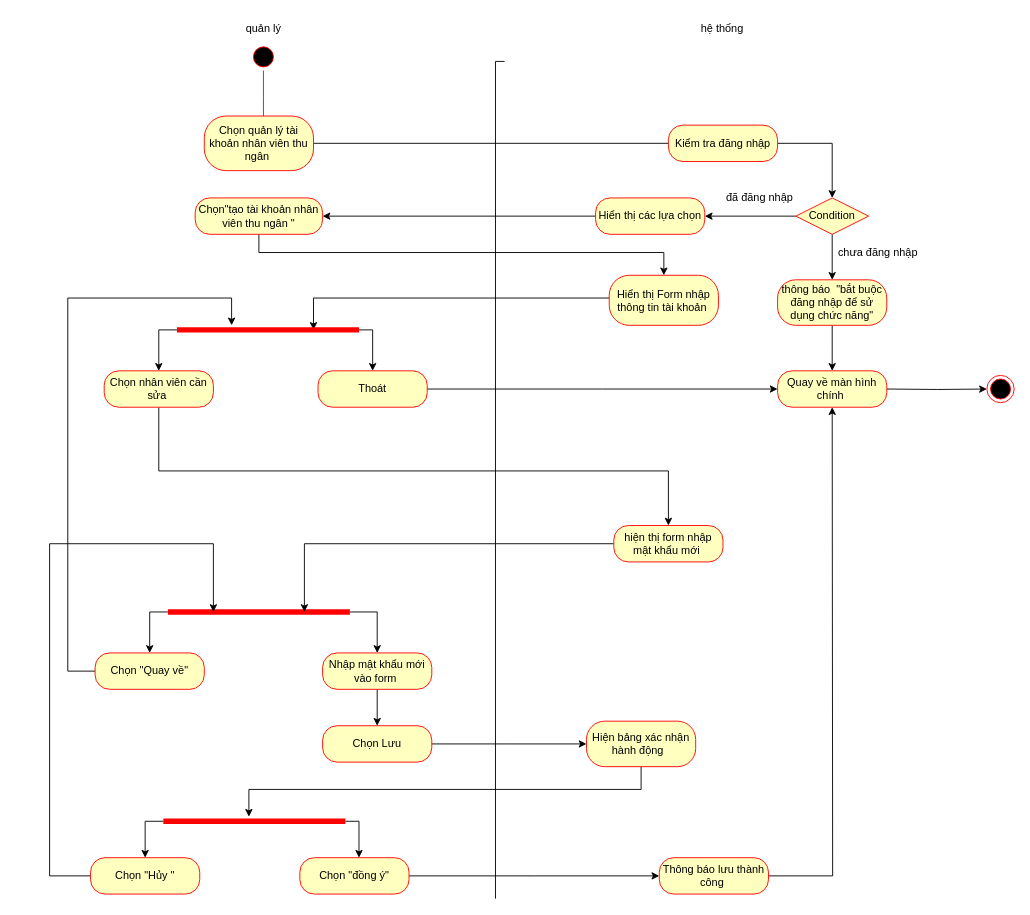
Earlier version of the draw.io diagram page "Page-11" (11 of 11) of Untitled Diagram.drawio (sonha1/aaaa). Source tidied: cells renumbered, new cells numbered last; positions are measured from the earlier drawing's top-left corner, leaving out a move shared by most shapes. Both pictures are drawn from the tidied source at 91%, with x=0, y=0 at pixel (49, 15).
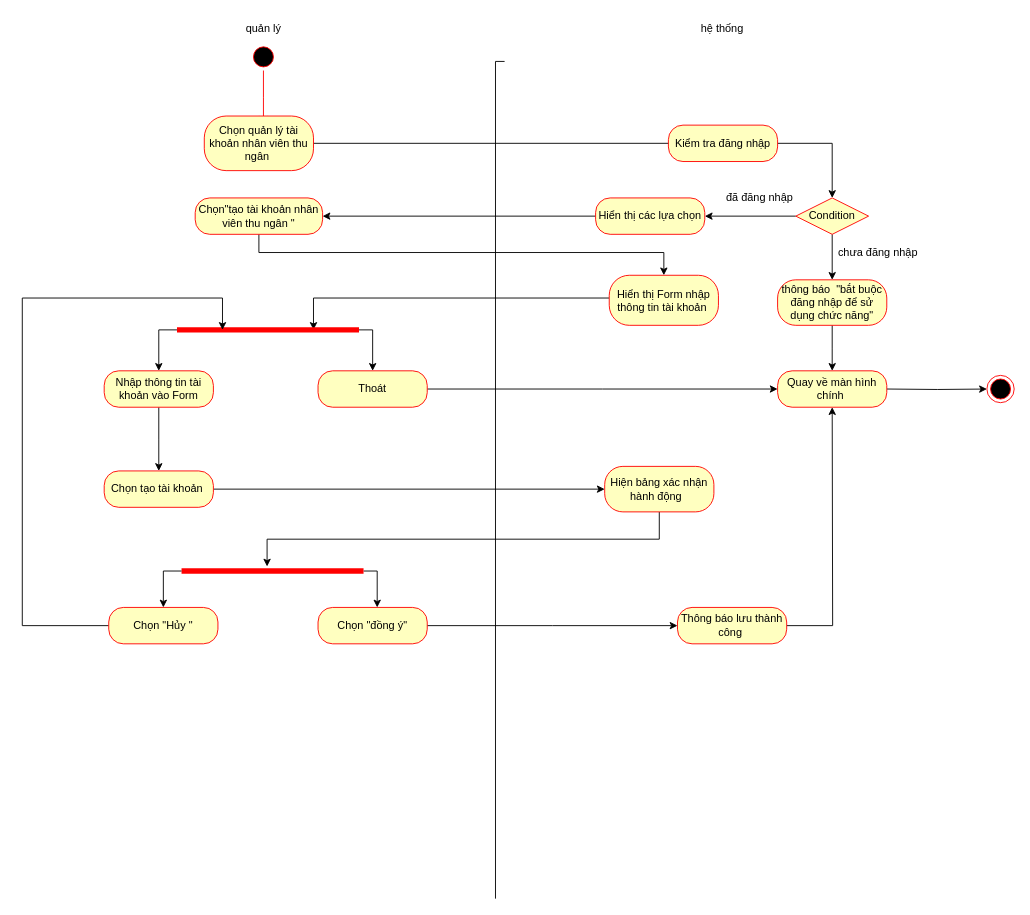
After the change.

The change refers to these unchanged cells:
```xml
<mxCell id="27" style="shape=line;html=1;strokeWidth=6;strokeColor=#ff0000;" parent="1" vertex="1">
  <mxGeometry x="140" y="340" width="200" height="10" as="geometry" />
</mxCell>
```

Change to the diagram source:
```diff
@@
-    <mxCell id="30" style="edgeStyle=orthogonalEdgeStyle;rounded=0;jettySize=auto;html=1;" parent="1" edge="1" source="31" target="41">
-      <mxGeometry relative="1" as="geometry">
-        <Array as="points">
-          <mxPoint x="120" y="500" />
-          <mxPoint x="680" y="500" />
-        </Array>
-      </mxGeometry>
-    </mxCell>
+    <mxCell id="56" style="edgeStyle=orthogonalEdgeStyle;rounded=0;jettySize=auto;html=1;" parent="1" edge="1" source="31">
+      <mxGeometry relative="1" as="geometry">
+        <mxPoint x="120" y="500" as="targetPoint" />
+      </mxGeometry>
+    </mxCell>
-    <mxCell id="31" value="Chọn nhân viên cần sửa&amp;nbsp;" style="rounded=1;whiteSpace=wrap;html=1;arcSize=40;fontColor=#000000;fillColor=#ffffc0;strokeColor=#ff0000;" parent="1" vertex="1">
+    <mxCell id="31" value="Nhập thông tin tài khoản vào Form" style="rounded=1;whiteSpace=wrap;html=1;arcSize=40;fontColor=#000000;fillColor=#ffffc0;strokeColor=#ff0000;" parent="1" vertex="1">
       <mxGeometry x="60" y="390" width="120" height="40" as="geometry" />
     </mxCell>
-    <mxCell id="32" style="edgeStyle=orthogonalEdgeStyle;rounded=0;jettySize=auto;html=1;entryX=0.5;entryY=0;entryDx=0;entryDy=0;" parent="1" edge="1" source="34" target="36">
-      <mxGeometry relative="1" as="geometry">
-        <Array as="points">
-          <mxPoint x="110" y="655" />
-        </Array>
-      </mxGeometry>
-    </mxCell>
-    <mxCell id="33" style="edgeStyle=orthogonalEdgeStyle;rounded=0;jettySize=auto;html=1;entryX=0.5;entryY=0;entryDx=0;entryDy=0;" parent="1" edge="1" source="34" target="38">
-      <mxGeometry relative="1" as="geometry">
-        <Array as="points">
-          <mxPoint x="360" y="655" />
-        </Array>
-      </mxGeometry>
-    </mxCell>
-    <mxCell id="34" style="shape=line;html=1;strokeWidth=6;strokeColor=#ff0000;" parent="1" vertex="1">
-      <mxGeometry x="130" y="650" width="200" height="10" as="geometry" />
-    </mxCell>
-    <mxCell id="35" style="edgeStyle=orthogonalEdgeStyle;rounded=0;jettySize=auto;html=1;" parent="1" edge="1" source="36" target="27">
-      <mxGeometry relative="1" as="geometry">
-        <Array as="points">
-          <mxPoint x="20" y="720" />
-          <mxPoint x="20" y="310" />
-          <mxPoint x="200" y="310" />
-        </Array>
-      </mxGeometry>
-    </mxCell>
-    <mxCell id="36" value="Chọn &quot;Quay về&quot;" style="rounded=1;whiteSpace=wrap;html=1;arcSize=40;fontColor=#000000;fillColor=#ffffc0;strokeColor=#ff0000;" parent="1" vertex="1">
-      <mxGeometry x="50" y="700" width="120" height="40" as="geometry" />
-    </mxCell>
-    <mxCell id="37" style="edgeStyle=orthogonalEdgeStyle;rounded=0;jettySize=auto;html=1;entryX=0.5;entryY=0;entryDx=0;entryDy=0;" parent="1" edge="1" source="38" target="43">
-      <mxGeometry relative="1" as="geometry" />
-    </mxCell>
-    <mxCell id="38" value="Nhập mật khẩu mới vào form&amp;nbsp;" style="rounded=1;whiteSpace=wrap;html=1;arcSize=40;fontColor=#000000;fillColor=#ffffc0;strokeColor=#ff0000;" parent="1" vertex="1">
-      <mxGeometry x="300" y="700" width="120" height="40" as="geometry" />
-    </mxCell>
@@
-    <mxCell id="40" style="edgeStyle=orthogonalEdgeStyle;rounded=0;jettySize=auto;html=1;entryX=0.75;entryY=0.5;entryDx=0;entryDy=0;entryPerimeter=0;" parent="1" edge="1" source="41" target="34">
-      <mxGeometry relative="1" as="geometry" />
-    </mxCell>
-    <mxCell id="41" value="hiện thị form nhập mật khẩu mới&amp;nbsp;" style="rounded=1;whiteSpace=wrap;html=1;arcSize=40;fontColor=#000000;fillColor=#ffffc0;strokeColor=#ff0000;" parent="1" vertex="1">
-      <mxGeometry x="620" y="560" width="120" height="40" as="geometry" />
-    </mxCell>
-    <mxCell id="42" style="edgeStyle=orthogonalEdgeStyle;rounded=0;jettySize=auto;html=1;" parent="1" edge="1" source="43">
-      <mxGeometry relative="1" as="geometry">
-        <mxPoint x="590" y="800" as="targetPoint" />
-      </mxGeometry>
-    </mxCell>
-    <mxCell id="43" value="Chọn Lưu" style="rounded=1;whiteSpace=wrap;html=1;arcSize=40;fontColor=#000000;fillColor=#ffffc0;strokeColor=#ff0000;" parent="1" vertex="1">
-      <mxGeometry x="300" y="780" width="120" height="40" as="geometry" />
-    </mxCell>
     <mxCell id="44" style="edgeStyle=orthogonalEdgeStyle;rounded=0;jettySize=auto;html=1;" parent="1" edge="1" source="45">
       <mxGeometry relative="1" as="geometry">
-        <mxPoint x="219" y="880" as="targetPoint" />
+        <mxPoint x="239" y="605" as="targetPoint" />
         <Array as="points">
-          <mxPoint x="650" y="850" />
-          <mxPoint x="219" y="850" />
+          <mxPoint x="670" y="575" />
+          <mxPoint x="239" y="575" />
         </Array>
       </mxGeometry>
     </mxCell>
     <mxCell id="45" value="Hiện bảng xác nhận hành động&amp;nbsp;&amp;nbsp;" style="rounded=1;whiteSpace=wrap;html=1;arcSize=40;fontColor=#000000;fillColor=#ffffc0;strokeColor=#ff0000;" parent="1" vertex="1">
-      <mxGeometry x="590" y="775" width="120" height="50" as="geometry" />
+      <mxGeometry x="610" y="495" width="120" height="50" as="geometry" />
     </mxCell>
     <mxCell id="46" style="edgeStyle=orthogonalEdgeStyle;rounded=0;jettySize=auto;html=1;" parent="1" edge="1" source="47">
       <mxGeometry relative="1" as="geometry">
-        <mxPoint x="670" y="945" as="targetPoint" />
+        <mxPoint x="690" y="670" as="targetPoint" />
       </mxGeometry>
     </mxCell>
     <mxCell id="47" value="Chọn &quot;đồng ý&quot;" style="rounded=1;whiteSpace=wrap;html=1;arcSize=40;fontColor=#000000;fillColor=#ffffc0;strokeColor=#ff0000;" parent="1" vertex="1">
-      <mxGeometry x="275" y="925" width="120" height="40" as="geometry" />
+      <mxGeometry x="295" y="650" width="120" height="40" as="geometry" />
     </mxCell>
-    <mxCell id="48" style="edgeStyle=orthogonalEdgeStyle;rounded=0;jettySize=auto;html=1;entryX=0.25;entryY=0.5;entryDx=0;entryDy=0;entryPerimeter=0;" parent="1" edge="1" source="49" target="34">
-      <mxGeometry relative="1" as="geometry">
-        <Array as="points">
-          <mxPoint y="945" />
-          <mxPoint y="580" />
-          <mxPoint x="180" y="580" />
-        </Array>
-      </mxGeometry>
-    </mxCell>
+    <mxCell id="57" style="edgeStyle=orthogonalEdgeStyle;rounded=0;jettySize=auto;html=1;entryX=0.25;entryY=0.5;entryDx=0;entryDy=0;entryPerimeter=0;" parent="1" edge="1" source="49" target="27">
+      <mxGeometry relative="1" as="geometry">
+        <Array as="points">
+          <mxPoint x="-30" y="670" />
+          <mxPoint x="-30" y="310" />
+          <mxPoint x="190" y="310" />
+        </Array>
+      </mxGeometry>
+    </mxCell>
     <mxCell id="49" value="Chọn &quot;Hủy &quot;" style="rounded=1;whiteSpace=wrap;html=1;arcSize=40;fontColor=#000000;fillColor=#ffffc0;strokeColor=#ff0000;" parent="1" vertex="1">
-      <mxGeometry x="45" y="925" width="120" height="40" as="geometry" />
+      <mxGeometry x="65" y="650" width="120" height="40" as="geometry" />
     </mxCell>
     <mxCell id="50" style="edgeStyle=orthogonalEdgeStyle;rounded=0;jettySize=auto;html=1;" parent="1" edge="1" source="51" target="47">
       <mxGeometry relative="1" as="geometry">
         <Array as="points">
-          <mxPoint x="340" y="885" />
+          <mxPoint x="360" y="610" />
         </Array>
       </mxGeometry>
     </mxCell>
     <mxCell id="51" style="shape=line;html=1;strokeWidth=6;strokeColor=#ff0000;direction=west;" parent="1" vertex="1">
-      <mxGeometry x="125" y="880" width="200" height="10" as="geometry" />
+      <mxGeometry x="145" y="605" width="200" height="10" as="geometry" />
     </mxCell>
     <mxCell id="52" style="edgeStyle=orthogonalEdgeStyle;rounded=0;jettySize=auto;html=1;entryX=0.5;entryY=0;entryDx=0;entryDy=0;" parent="1" edge="1" source="51" target="49">
       <mxGeometry relative="1" as="geometry">
         <Array as="points">
-          <mxPoint x="105" y="885" />
+          <mxPoint x="125" y="610" />
         </Array>
       </mxGeometry>
     </mxCell>
@@
     <mxCell id="54" value="Thông báo lưu thành công&amp;nbsp;" style="rounded=1;whiteSpace=wrap;html=1;arcSize=40;fontColor=#000000;fillColor=#ffffc0;strokeColor=#ff0000;" parent="1" vertex="1">
-      <mxGeometry x="670" y="925" width="120" height="40" as="geometry" />
+      <mxGeometry x="690" y="650" width="120" height="40" as="geometry" />
     </mxCell>
@@
+    <mxCell id="58" style="edgeStyle=orthogonalEdgeStyle;rounded=0;jettySize=auto;html=1;entryX=0;entryY=0.5;entryDx=0;entryDy=0;" parent="1" edge="1" source="59" target="45">
+      <mxGeometry relative="1" as="geometry" />
+    </mxCell>
+    <mxCell id="59" value="Chọn tạo tài khoản&amp;nbsp;" style="rounded=1;whiteSpace=wrap;html=1;arcSize=40;fontColor=#000000;fillColor=#ffffc0;strokeColor=#ff0000;" parent="1" vertex="1">
+      <mxGeometry x="60" y="500" width="120" height="40" as="geometry" />
+    </mxCell>
```
